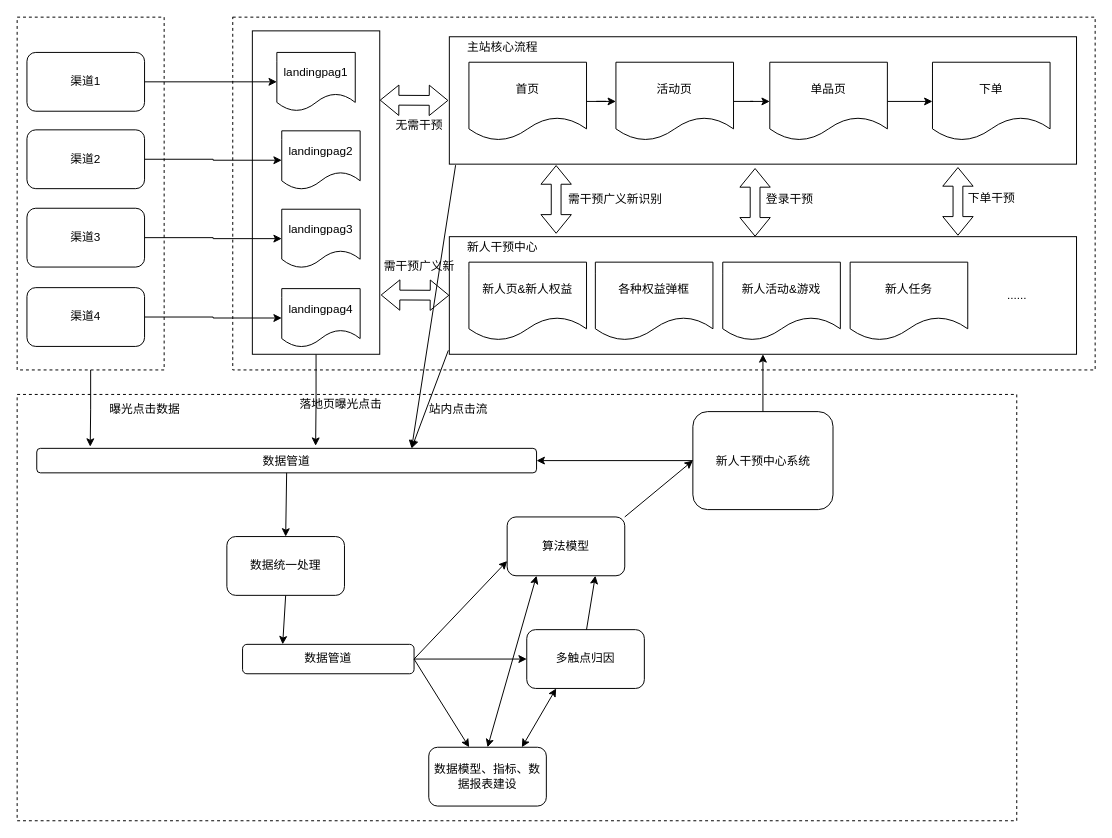
Earlier version of the draw.io diagram Untitled Diagram.drawio (lishanlin/doc). Source tidied: cells renumbered, new cells numbered last; positions are measured from the earlier drawing's top-left corner, leaving out a move shared by most shapes. Both pictures are drawn from the tidied source at 98%, with x=0, y=0 at pixel (17, 17).
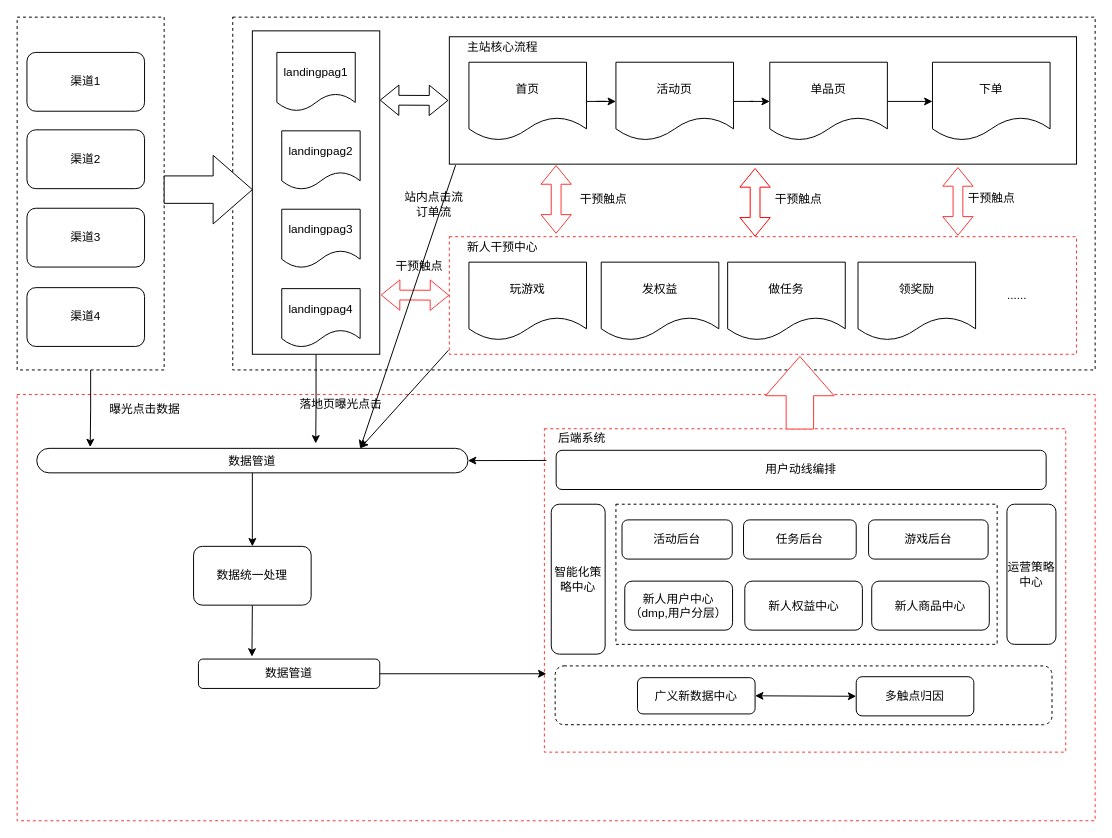
The same page after the edit.

Unchanged cells that the change refers to:
```xml
<mxCell id="5" style="rounded=0;whiteSpace=wrap;html=1;dashed=1;" parent="1" vertex="1">
  <mxGeometry width="150" height="360" as="geometry" />
</mxCell>
<mxCell id="7" style="rounded=0;whiteSpace=wrap;html=1;" parent="1" vertex="1">
  <mxGeometry x="240" y="14" width="130" height="330" as="geometry" />
</mxCell>
<mxCell id="9" value="渠道1" style="rounded=1;whiteSpace=wrap;html=1;" parent="1" vertex="1">
  <mxGeometry x="10" y="36" width="120" height="60" as="geometry" />
</mxCell>
<mxCell id="11" value="渠道4" style="rounded=1;whiteSpace=wrap;html=1;" parent="1" vertex="1">
  <mxGeometry x="10" y="276" width="120" height="60" as="geometry" />
</mxCell>
<mxCell id="13" value="渠道3" style="rounded=1;whiteSpace=wrap;html=1;" parent="1" vertex="1">
  <mxGeometry x="10" y="195" width="120" height="60" as="geometry" />
</mxCell>
<mxCell id="15" value="渠道2" style="rounded=1;whiteSpace=wrap;html=1;" parent="1" vertex="1">
  <mxGeometry x="10" y="115" width="120" height="60" as="geometry" />
</mxCell>
<mxCell id="16" value="landingpag1" style="shape=document;whiteSpace=wrap;html=1;boundedLbl=1;" parent="1" vertex="1">
  <mxGeometry x="265" y="36" width="80" height="60" as="geometry" />
</mxCell>
<mxCell id="17" value="landingpag2" style="shape=document;whiteSpace=wrap;html=1;boundedLbl=1;" parent="1" vertex="1">
  <mxGeometry x="270" y="116" width="80" height="60" as="geometry" />
</mxCell>
<mxCell id="18" value="landingpag3" style="shape=document;whiteSpace=wrap;html=1;boundedLbl=1;" parent="1" vertex="1">
  <mxGeometry x="270" y="196" width="80" height="60" as="geometry" />
</mxCell>
<mxCell id="20" value="landingpag4" style="shape=document;whiteSpace=wrap;html=1;boundedLbl=1;" parent="1" vertex="1">
  <mxGeometry x="270" y="277" width="80" height="60" as="geometry" />
</mxCell>
```

Diff of the diagram source:
```diff
@@
-    <mxCell id="2" style="whiteSpace=wrap;html=1;dashed=1;" parent="1" vertex="1">
-      <mxGeometry y="385" width="1020" height="435" as="geometry" />
+    <mxCell id="2" style="whiteSpace=wrap;html=1;dashed=1;strokeColor=#FF3333;" parent="1" vertex="1">
+      <mxGeometry y="385" width="1100" height="435" as="geometry" />
     </mxCell>
@@
-    <mxCell id="4" style="edgeStyle=orthogonalEdgeStyle;rounded=0;jettySize=auto;html=1;entryX=0.107;entryY=-0.069;entryDx=0;entryDy=0;entryPerimeter=0;" parent="1" edge="1" source="5" target="42">
+    <mxCell id="4" style="edgeStyle=orthogonalEdgeStyle;rounded=0;jettySize=auto;html=1;entryX=0.124;entryY=-0.05;entryDx=0;entryDy=0;entryPerimeter=0;" parent="1" edge="1" source="5" target="42">
       <mxGeometry relative="1" as="geometry" />
     </mxCell>
@@
-    <mxCell id="6" style="edgeStyle=orthogonalEdgeStyle;rounded=0;jettySize=auto;html=1;entryX=0.558;entryY=-0.105;entryDx=0;entryDy=0;entryPerimeter=0;" parent="1" edge="1" source="7" target="42">
+    <mxCell id="6" style="edgeStyle=orthogonalEdgeStyle;rounded=0;jettySize=auto;html=1;entryX=0.647;entryY=-0.2;entryDx=0;entryDy=0;entryPerimeter=0;" parent="1" edge="1" source="7" target="42">
       <mxGeometry relative="1" as="geometry" />
     </mxCell>
@@
-    <mxCell id="8" style="edgeStyle=orthogonalEdgeStyle;rounded=0;jettySize=auto;html=1;entryX=0;entryY=0.5;entryDx=0;entryDy=0;" parent="1" edge="1" source="9" target="16">
-      <mxGeometry relative="1" as="geometry" />
-    </mxCell>
@@
-    <mxCell id="10" style="edgeStyle=orthogonalEdgeStyle;rounded=0;jettySize=auto;html=1;entryX=0;entryY=0.5;entryDx=0;entryDy=0;" parent="1" edge="1" source="11" target="20">
-      <mxGeometry relative="1" as="geometry" />
-    </mxCell>
@@
-    <mxCell id="12" style="edgeStyle=orthogonalEdgeStyle;rounded=0;jettySize=auto;html=1;entryX=0;entryY=0.5;entryDx=0;entryDy=0;" parent="1" edge="1" source="13" target="18">
-      <mxGeometry relative="1" as="geometry" />
-    </mxCell>
@@
-    <mxCell id="14" style="edgeStyle=orthogonalEdgeStyle;rounded=0;jettySize=auto;html=1;entryX=0;entryY=0.5;entryDx=0;entryDy=0;" parent="1" edge="1" source="15" target="17">
-      <mxGeometry relative="1" as="geometry" />
-    </mxCell>
@@
-    <mxCell id="28" style="rounded=0;whiteSpace=wrap;html=1;" parent="1" vertex="1">
+    <mxCell id="28" style="rounded=0;whiteSpace=wrap;html=1;dashed=1;strokeColor=#FF3333;" parent="1" vertex="1">
       <mxGeometry x="441" y="224" width="640" height="120" as="geometry" />
     </mxCell>
-    <mxCell id="29" value="新人页&amp;amp;新人权益" style="shape=document;whiteSpace=wrap;html=1;boundedLbl=1;" parent="1" vertex="1">
+    <mxCell id="29" value="玩游戏" style="shape=document;whiteSpace=wrap;html=1;boundedLbl=1;" parent="1" vertex="1">
       <mxGeometry x="461" y="250" width="120" height="80" as="geometry" />
     </mxCell>
-    <mxCell id="30" value="各种权益弹框" style="shape=document;whiteSpace=wrap;html=1;boundedLbl=1;" parent="1" vertex="1">
-      <mxGeometry x="590" y="250" width="120" height="80" as="geometry" />
+    <mxCell id="30" value="发权益" style="shape=document;whiteSpace=wrap;html=1;boundedLbl=1;" parent="1" vertex="1">
+      <mxGeometry x="596" y="250" width="120" height="80" as="geometry" />
     </mxCell>
-    <mxCell id="31" value="新人活动&amp;amp;游戏" style="shape=document;whiteSpace=wrap;html=1;boundedLbl=1;" parent="1" vertex="1">
-      <mxGeometry x="720" y="250" width="120" height="80" as="geometry" />
+    <mxCell id="31" value="做任务" style="shape=document;whiteSpace=wrap;html=1;boundedLbl=1;" parent="1" vertex="1">
+      <mxGeometry x="725" y="250" width="120" height="80" as="geometry" />
     </mxCell>
-    <mxCell id="32" value="新人任务" style="shape=document;whiteSpace=wrap;html=1;boundedLbl=1;" parent="1" vertex="1">
-      <mxGeometry x="850" y="250" width="120" height="80" as="geometry" />
+    <mxCell id="32" value="领奖励" style="shape=document;whiteSpace=wrap;html=1;boundedLbl=1;" parent="1" vertex="1">
+      <mxGeometry x="858" y="250" width="120" height="80" as="geometry" />
     </mxCell>
@@
-    <mxCell id="34" style="shape=flexArrow;endArrow=classic;startArrow=classic;html=1;rounded=0;" parent="1" edge="1">
+    <mxCell id="34" style="shape=flexArrow;endArrow=classic;startArrow=classic;html=1;rounded=0;strokeColor=#FF3333;" parent="1" edge="1">
       <mxGeometry relative="1" as="geometry">
         <mxPoint x="550" y="151" as="sourcePoint" />
         <mxPoint x="550" y="221" as="targetPoint" />
       </mxGeometry>
     </mxCell>
-    <mxCell id="35" style="shape=flexArrow;endArrow=classic;startArrow=classic;html=1;rounded=0;" parent="1" edge="1">
+    <mxCell id="35" style="shape=flexArrow;endArrow=classic;startArrow=classic;html=1;rounded=0;strokeColor=#FF0000;" parent="1" edge="1">
       <mxGeometry relative="1" as="geometry">
         <mxPoint x="753" y="154" as="sourcePoint" />
         <mxPoint x="753" y="224" as="targetPoint" />
       </mxGeometry>
     </mxCell>
-    <mxCell id="36" style="shape=flexArrow;endArrow=classic;startArrow=classic;html=1;rounded=0;" parent="1" edge="1">
+    <mxCell id="36" style="shape=flexArrow;endArrow=classic;startArrow=classic;html=1;rounded=0;strokeColor=#FF3333;" parent="1" edge="1">
       <mxGeometry relative="1" as="geometry">
         <mxPoint x="960" y="153" as="sourcePoint" />
         <mxPoint x="960" y="223" as="targetPoint" />
       </mxGeometry>
     </mxCell>
-    <mxCell id="37" value="登录干预" style="text;html=1;align=center;verticalAlign=middle;strokeColor=none;fillColor=none;" parent="1" vertex="1">
-      <mxGeometry x="753" y="171" width="70" height="30" as="geometry" />
+    <mxCell id="37" value="干预触点" style="text;html=1;align=center;verticalAlign=middle;strokeColor=none;fillColor=none;" parent="1" vertex="1">
+      <mxGeometry x="761.7" y="171" width="70" height="30" as="geometry" />
     </mxCell>
-    <mxCell id="38" value="下单干预" style="text;html=1;align=center;verticalAlign=middle;strokeColor=none;fillColor=none;" parent="1" vertex="1">
+    <mxCell id="38" value="干预触点" style="text;html=1;align=center;verticalAlign=middle;strokeColor=none;fillColor=none;" parent="1" vertex="1">
       <mxGeometry x="959" y="170" width="70" height="30" as="geometry" />
     </mxCell>
-    <mxCell id="39" value="需干预广义新识别" style="text;html=1;align=center;verticalAlign=middle;strokeColor=none;fillColor=none;" parent="1" vertex="1">
-      <mxGeometry x="550" y="171" width="120" height="30" as="geometry" />
+    <mxCell id="39" value="干预触点" style="text;html=1;align=center;verticalAlign=middle;strokeColor=none;fillColor=none;" parent="1" vertex="1">
+      <mxGeometry x="563" y="171" width="70" height="30" as="geometry" />
     </mxCell>
@@
-    <mxCell id="41" style="shape=flexArrow;endArrow=classic;startArrow=classic;html=1;rounded=0;" parent="1" edge="1">
+    <mxCell id="41" style="shape=flexArrow;endArrow=classic;startArrow=classic;html=1;rounded=0;strokeColor=#FF3333;" parent="1" edge="1">
       <mxGeometry relative="1" as="geometry">
         <mxPoint x="371" y="283.5" as="sourcePoint" />
         <mxPoint x="441" y="283.8" as="targetPoint" />
       </mxGeometry>
     </mxCell>
-    <mxCell id="42" value="数据管道" style="rounded=1;whiteSpace=wrap;html=1;" parent="1" vertex="1">
-      <mxGeometry x="20" y="440" width="510" height="25" as="geometry" />
+    <mxCell id="42" value="数据管道" style="rounded=1;whiteSpace=wrap;html=1;arcSize=50;" parent="1" vertex="1">
+      <mxGeometry x="20" y="440" width="440" height="25" as="geometry" />
     </mxCell>
-    <mxCell id="43" value="需干预广义新" style="text;html=1;align=center;verticalAlign=middle;strokeColor=none;fillColor=none;" parent="1" vertex="1">
-      <mxGeometry x="360" y="239" width="100" height="30" as="geometry" />
+    <mxCell id="43" value="干预触点" style="text;html=1;align=center;verticalAlign=middle;strokeColor=none;fillColor=none;" parent="1" vertex="1">
+      <mxGeometry x="375" y="239" width="70" height="30" as="geometry" />
     </mxCell>
-    <mxCell id="44" value="无需干预" style="text;html=1;align=center;verticalAlign=middle;strokeColor=none;fillColor=none;" parent="1" vertex="1">
-      <mxGeometry x="375" y="96" width="70" height="30" as="geometry" />
-    </mxCell>
-    <mxCell id="45" style="endArrow=classic;html=1;rounded=0;entryX=0.75;entryY=0;entryDx=0;entryDy=0;" parent="1" edge="1" target="42">
+    <mxCell id="45" style="endArrow=classic;html=1;rounded=0;" parent="1" edge="1">
       <mxGeometry relative="1" as="geometry">
         <mxPoint x="440" y="340" as="sourcePoint" />
+        <mxPoint x="350" y="440" as="targetPoint" />
       </mxGeometry>
     </mxCell>
@@
-    <mxCell id="49" value="站内点击流" style="text;html=1;align=center;verticalAlign=middle;strokeColor=none;fillColor=none;" parent="1" vertex="1">
-      <mxGeometry x="410" y="385" width="80" height="30" as="geometry" />
+    <mxCell id="49" value="站内点击流&lt;br&gt;订单流" style="text;html=1;align=center;verticalAlign=middle;strokeColor=none;fillColor=none;" parent="1" vertex="1">
+      <mxGeometry x="385" y="171" width="80" height="40" as="geometry" />
     </mxCell>
-    <mxCell id="50" style="endArrow=classic;html=1;rounded=0;" parent="1" edge="1" target="57">
-      <mxGeometry relative="1" as="geometry">
-        <mxPoint x="401" y="655" as="sourcePoint" />
-      </mxGeometry>
-    </mxCell>
-    <mxCell id="51" style="endArrow=classic;html=1;rounded=0;exitX=0.5;exitY=1;exitDx=0;exitDy=0;entryX=0.234;entryY=0;entryDx=0;entryDy=0;entryPerimeter=0;" parent="1" edge="1" source="52" target="54">
+    <mxCell id="51" style="endArrow=classic;html=1;rounded=0;exitX=0.5;exitY=1;exitDx=0;exitDy=0;entryX=0.295;entryY=-0.083;entryDx=0;entryDy=0;entryPerimeter=0;" parent="1" edge="1" source="52" target="54">
       <mxGeometry relative="1" as="geometry" />
     </mxCell>
     <mxCell id="52" value="数据统一处理" style="rounded=1;whiteSpace=wrap;html=1;" parent="1" vertex="1">
-      <mxGeometry x="214" y="530" width="120" height="60" as="geometry" />
+      <mxGeometry x="180" y="540" width="120" height="60" as="geometry" />
     </mxCell>
@@
     <mxCell id="54" value="数据管道" style="rounded=1;whiteSpace=wrap;html=1;" parent="1" vertex="1">
-      <mxGeometry x="230" y="640" width="175" height="30" as="geometry" />
+      <mxGeometry x="185" y="655" width="185" height="30" as="geometry" />
     </mxCell>
-    <mxCell id="55" style="endArrow=classic;html=1;rounded=0;exitX=1;exitY=0.5;exitDx=0;exitDy=0;" parent="1" edge="1" source="54" target="56">
-      <mxGeometry relative="1" as="geometry" />
-    </mxCell>
+    <mxCell id="69" style="rounded=0;whiteSpace=wrap;html=1;dashed=1;strokeColor=#FF3333;" parent="1" vertex="1">
+      <mxGeometry x="538" y="420" width="532" height="330" as="geometry" />
+    </mxCell>
+    <mxCell id="70" style="rounded=1;whiteSpace=wrap;html=1;dashed=1;" parent="1" vertex="1">
+      <mxGeometry x="549" y="662" width="507" height="60" as="geometry" />
+    </mxCell>
-    <mxCell id="56" value="数据模型、指标、数据报表建设" style="rounded=1;whiteSpace=wrap;html=1;" parent="1" vertex="1">
-      <mxGeometry x="420" y="745" width="120" height="60" as="geometry" />
+    <mxCell id="56" value="广义新数据中心" style="rounded=1;whiteSpace=wrap;html=1;" parent="1" vertex="1">
+      <mxGeometry x="633" y="674" width="120" height="37" as="geometry" />
     </mxCell>
     <mxCell id="57" value="多触点归因" style="rounded=1;whiteSpace=wrap;html=1;" parent="1" vertex="1">
-      <mxGeometry x="520" y="625" width="120" height="60" as="geometry" />
+      <mxGeometry x="856.2" y="673" width="120" height="40" as="geometry" />
     </mxCell>
-    <mxCell id="58" value="算法模型" style="rounded=1;whiteSpace=wrap;html=1;" parent="1" vertex="1">
-      <mxGeometry x="500" y="510" width="120" height="60" as="geometry" />
+    <mxCell id="58" value="智能化策略中心" style="rounded=1;whiteSpace=wrap;html=1;" parent="1" vertex="1">
+      <mxGeometry x="545" y="497" width="55" height="153" as="geometry" />
     </mxCell>
-    <mxCell id="59" style="endArrow=classic;html=1;rounded=0;entryX=0;entryY=0.75;entryDx=0;entryDy=0;exitX=1;exitY=0.5;exitDx=0;exitDy=0;" parent="1" edge="1" source="54" target="58">
-      <mxGeometry relative="1" as="geometry" />
-    </mxCell>
+    <mxCell id="71" style="rounded=0;whiteSpace=wrap;html=1;dashed=1;" parent="1" vertex="1">
+      <mxGeometry x="611" y="497" width="389" height="143" as="geometry" />
+    </mxCell>
-    <mxCell id="60" style="endArrow=classic;startArrow=classic;html=1;rounded=0;entryX=0.25;entryY=1;entryDx=0;entryDy=0;" parent="1" edge="1" target="57">
-      <mxGeometry relative="1" as="geometry">
-        <mxPoint x="515" y="745" as="sourcePoint" />
-      </mxGeometry>
+    <mxCell id="60" style="endArrow=classic;startArrow=classic;html=1;rounded=0;entryX=0;entryY=0.5;entryDx=0;entryDy=0;exitX=1;exitY=0.5;exitDx=0;exitDy=0;" parent="1" edge="1" source="56" target="57">
+      <mxGeometry relative="1" as="geometry" />
     </mxCell>
-    <mxCell id="61" style="endArrow=classic;startArrow=classic;html=1;rounded=0;entryX=0.25;entryY=1;entryDx=0;entryDy=0;exitX=0.5;exitY=0;exitDx=0;exitDy=0;" parent="1" edge="1" source="56" target="58">
-      <mxGeometry relative="1" as="geometry" />
-    </mxCell>
-    <mxCell id="62" style="endArrow=classic;html=1;rounded=0;entryX=0.75;entryY=1;entryDx=0;entryDy=0;" parent="1" edge="1" target="58">
-      <mxGeometry relative="1" as="geometry">
-        <mxPoint x="581" y="625" as="sourcePoint" />
-      </mxGeometry>
-    </mxCell>
-    <mxCell id="63" value="新人干预中心系统" style="rounded=1;whiteSpace=wrap;html=1;" parent="1" vertex="1">
-      <mxGeometry x="689.5" y="402.5" width="143" height="100" as="geometry" />
+    <mxCell id="63" value="活动后台" style="rounded=1;whiteSpace=wrap;html=1;" parent="1" vertex="1">
+      <mxGeometry x="617.2" y="513" width="112.5" height="40" as="geometry" />
     </mxCell>
-    <mxCell id="64" style="endArrow=classic;html=1;rounded=0;entryX=0;entryY=0.5;entryDx=0;entryDy=0;exitX=1;exitY=0;exitDx=0;exitDy=0;" parent="1" edge="1" source="58" target="63">
-      <mxGeometry relative="1" as="geometry" />
-    </mxCell>
-    <mxCell id="65" style="endArrow=classic;html=1;rounded=0;entryX=1;entryY=0.5;entryDx=0;entryDy=0;exitX=0;exitY=0.5;exitDx=0;exitDy=0;" parent="1" edge="1" source="63" target="42">
-      <mxGeometry relative="1" as="geometry" />
-    </mxCell>
-    <mxCell id="66" style="endArrow=classic;html=1;rounded=0;entryX=0.5;entryY=1;entryDx=0;entryDy=0;exitX=0.5;exitY=0;exitDx=0;exitDy=0;" parent="1" edge="1" source="63" target="28">
-      <mxGeometry relative="1" as="geometry" />
-    </mxCell>
@@
+    <mxCell id="72" value="运营策略中心" style="rounded=1;whiteSpace=wrap;html=1;" parent="1" vertex="1">
+      <mxGeometry x="1010" y="497" width="50" height="143" as="geometry" />
+    </mxCell>
+    <mxCell id="73" value="新人用户中心&lt;br&gt;（dmp,用户分层）" style="rounded=1;whiteSpace=wrap;html=1;" parent="1" vertex="1">
+      <mxGeometry x="620" y="575.5" width="110" height="50" as="geometry" />
+    </mxCell>
+    <mxCell id="74" value="新人权益中心" style="rounded=1;whiteSpace=wrap;html=1;" parent="1" vertex="1">
+      <mxGeometry x="742.5" y="575.5" width="120" height="50" as="geometry" />
+    </mxCell>
+    <mxCell id="75" value="新人商品中心" style="rounded=1;whiteSpace=wrap;html=1;" parent="1" vertex="1">
+      <mxGeometry x="872" y="575.5" width="120" height="50" as="geometry" />
+    </mxCell>
+    <mxCell id="76" value="任务后台" style="rounded=1;whiteSpace=wrap;html=1;" parent="1" vertex="1">
+      <mxGeometry x="741.2" y="513" width="115" height="40" as="geometry" />
+    </mxCell>
+    <mxCell id="77" value="游戏后台" style="rounded=1;whiteSpace=wrap;html=1;" parent="1" vertex="1">
+      <mxGeometry x="868.8" y="513" width="122" height="40" as="geometry" />
+    </mxCell>
+    <mxCell id="78" value="用户动线编排" style="rounded=1;whiteSpace=wrap;html=1;" parent="1" vertex="1">
+      <mxGeometry x="550" y="442" width="500" height="40" as="geometry" />
+    </mxCell>
+    <mxCell id="79" style="endArrow=classic;html=1;rounded=0;" parent="1" edge="1">
+      <mxGeometry relative="1" as="geometry">
+        <mxPoint x="370" y="670" as="sourcePoint" />
+        <mxPoint x="540" y="670" as="targetPoint" />
+      </mxGeometry>
+    </mxCell>
+    <mxCell id="80" style="endArrow=classic;html=1;rounded=0;entryX=1;entryY=0.5;entryDx=0;entryDy=0;exitX=0.004;exitY=0.098;exitDx=0;exitDy=0;exitPerimeter=0;" parent="1" edge="1" source="69" target="42">
+      <mxGeometry relative="1" as="geometry" />
+    </mxCell>
+    <mxCell id="81" style="html=1;shadow=0;dashed=0;align=center;verticalAlign=middle;shape=mxgraph.arrows2.arrow;dy=0.6;dx=40;flipH=1;notch=0;rotation=90;strokeColor=#FF3333;" parent="1" vertex="1">
+      <mxGeometry x="761.7" y="348.3" width="74" height="70" as="geometry" />
+    </mxCell>
+    <mxCell id="82" style="html=1;shadow=0;dashed=0;align=center;verticalAlign=middle;shape=mxgraph.arrows2.arrow;dy=0.6;dx=40;notch=0;" parent="1" vertex="1">
+      <mxGeometry x="150" y="141" width="90" height="70" as="geometry" />
+    </mxCell>
+    <mxCell id="83" value="后端系统" style="text;html=1;align=center;verticalAlign=middle;strokeColor=none;fillColor=none;" parent="1" vertex="1">
+      <mxGeometry x="541" y="415" width="70" height="30" as="geometry" />
+    </mxCell>
```
